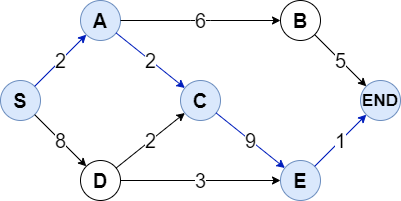
Before: img/grafoResult.png, a diagram exported from draw.io (pietro2356/Dijkstra-Algorithm). Source tidied: cells renumbered, new cells last; positions are measured from the earlier drawing's top-left corner, leaving out a move shared by most shapes.
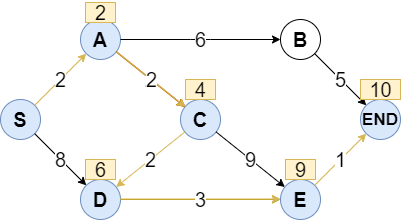
The same diagram one commit later.

Diff of the diagram source:
```diff
@@ -8,7 +8,7 @@
     <mxCell id="3" value="&lt;font style=&quot;font-size: 20px&quot;&gt;A&lt;/font&gt;" style="ellipse;whiteSpace=wrap;html=1;fontStyle=1;fillColor=#dae8fc;strokeColor=#6c8ebf;" parent="1" vertex="1">
       <mxGeometry x="80" width="40" height="40" as="geometry" />
     </mxCell>
-    <mxCell id="4" value="&lt;font style=&quot;font-size: 20px&quot;&gt;D&lt;/font&gt;" style="ellipse;whiteSpace=wrap;html=1;fontStyle=1;" parent="1" vertex="1">
+    <mxCell id="4" value="&lt;font style=&quot;font-size: 20px&quot;&gt;D&lt;/font&gt;" style="ellipse;whiteSpace=wrap;html=1;fontStyle=1;fillColor=#dae8fc;strokeColor=#6c8ebf;" parent="1" vertex="1">
       <mxGeometry x="80" y="160" width="40" height="40" as="geometry" />
     </mxCell>
     <mxCell id="5" value="&lt;font style=&quot;font-size: 20px&quot;&gt;C&lt;/font&gt;" style="ellipse;whiteSpace=wrap;html=1;fontStyle=1;fillColor=#dae8fc;strokeColor=#6c8ebf;" parent="1" vertex="1">
@@ -23,19 +23,19 @@
     <mxCell id="8" value="&lt;font style=&quot;font-size: 17px&quot;&gt;END&lt;/font&gt;" style="ellipse;whiteSpace=wrap;html=1;fontStyle=1;fillColor=#dae8fc;strokeColor=#6c8ebf;" parent="1" vertex="1">
       <mxGeometry x="360" y="80" width="40" height="40" as="geometry" />
     </mxCell>
-    <mxCell id="9" value="&lt;font style=&quot;font-size: 20px&quot;&gt;2&lt;/font&gt;" style="endArrow=classic;html=1;fillColor=#0050ef;strokeColor=#001DBC;" parent="1" edge="1" source="2" target="3">
+    <mxCell id="9" value="&lt;font style=&quot;font-size: 20px&quot;&gt;2&lt;/font&gt;" style="endArrow=classic;html=1;fillColor=#fff2cc;strokeColor=#d6b656;" parent="1" edge="1" source="2" target="3">
       <mxGeometry relative="1" as="geometry" />
     </mxCell>
-    <mxCell id="10" value="&lt;font style=&quot;font-size: 20px&quot;&gt;2&lt;/font&gt;" style="endArrow=classic;html=1;fillColor=#0050ef;strokeColor=#001DBC;" parent="1" edge="1" source="3" target="5">
+    <mxCell id="10" value="&lt;font style=&quot;font-size: 20px&quot;&gt;2&lt;/font&gt;" style="endArrow=classic;html=1;fillColor=#e3c800;strokeColor=#B09500;" parent="1" edge="1" source="3" target="5">
       <mxGeometry relative="1" as="geometry" />
     </mxCell>
     <mxCell id="11" value="&lt;font style=&quot;font-size: 20px&quot;&gt;8&lt;/font&gt;" style="endArrow=classic;html=1;" parent="1" edge="1" source="2" target="4">
       <mxGeometry relative="1" as="geometry" />
     </mxCell>
-    <mxCell id="12" value="&lt;font style=&quot;font-size: 20px&quot;&gt;3&lt;/font&gt;" style="endArrow=classic;html=1;" parent="1" edge="1" source="4" target="7">
+    <mxCell id="12" value="&lt;font style=&quot;font-size: 20px&quot;&gt;3&lt;/font&gt;" style="endArrow=classic;html=1;fillColor=#e3c800;strokeColor=#B09500;" parent="1" edge="1" source="4" target="7">
       <mxGeometry relative="1" as="geometry" />
     </mxCell>
-    <mxCell id="13" value="&lt;font style=&quot;font-size: 20px&quot;&gt;2&lt;/font&gt;" style="endArrow=classic;html=1;" parent="1" edge="1" source="4" target="5">
+    <mxCell id="13" value="&lt;font style=&quot;font-size: 20px&quot;&gt;2&lt;/font&gt;" style="endArrow=classic;html=1;fillColor=#fff2cc;strokeColor=#d6b656;" parent="1" edge="1" source="5" target="4">
       <mxGeometry relative="1" as="geometry" />
     </mxCell>
     <mxCell id="14" value="&lt;span style=&quot;font-size: 20px&quot;&gt;6&lt;br&gt;&lt;/span&gt;" style="endArrow=classic;html=1;" parent="1" edge="1" source="3" target="6">
@@ -45,14 +45,56 @@
         </Array>
       </mxGeometry>
     </mxCell>
-    <mxCell id="15" value="&lt;font style=&quot;font-size: 20px&quot;&gt;9&lt;/font&gt;" style="endArrow=classic;html=1;fillColor=#0050ef;strokeColor=#001DBC;" parent="1" edge="1" source="5" target="7">
+    <mxCell id="15" value="&lt;font style=&quot;font-size: 20px&quot;&gt;9&lt;/font&gt;" style="endArrow=classic;html=1;" parent="1" edge="1" source="5" target="7">
       <mxGeometry relative="1" as="geometry" />
     </mxCell>
-    <mxCell id="16" value="&lt;font style=&quot;font-size: 20px&quot;&gt;1&lt;/font&gt;" style="endArrow=classic;html=1;exitX=1;exitY=0;exitDx=0;exitDy=0;fillColor=#0050ef;strokeColor=#001DBC;" parent="1" edge="1" source="7" target="8">
+    <mxCell id="16" value="&lt;font style=&quot;font-size: 20px&quot;&gt;1&lt;/font&gt;" style="endArrow=classic;html=1;exitX=1;exitY=0;exitDx=0;exitDy=0;fillColor=#fff2cc;strokeColor=#d6b656;" parent="1" edge="1" source="7" target="8">
       <mxGeometry relative="1" as="geometry" />
     </mxCell>
     <mxCell id="17" value="&lt;font style=&quot;font-size: 20px&quot;&gt;5&lt;/font&gt;" style="endArrow=classic;html=1;" parent="1" edge="1" source="6" target="8">
       <mxGeometry relative="1" as="geometry" />
     </mxCell>
+    <mxCell id="18" value="&lt;font style=&quot;font-size: 20px&quot;&gt;2&lt;/font&gt;" style="text;html=1;align=center;verticalAlign=middle;fontStyle=0;fillColor=#fff2cc;strokeColor=#d6b656;" parent="1" vertex="1">
+      <mxGeometry x="85" y="-17" width="30" height="20" as="geometry" />
+    </mxCell>
+    <mxCell id="19" value="&lt;font style=&quot;font-size: 20px&quot;&gt;4&lt;/font&gt;" style="text;html=1;align=center;verticalAlign=middle;" parent="1" vertex="1">
+      <mxGeometry x="185" y="60" width="30" height="20" as="geometry" />
+    </mxCell>
+    <mxCell id="20" value="&lt;font style=&quot;font-size: 20px&quot;&gt;6&lt;/font&gt;" style="text;html=1;align=center;verticalAlign=middle;fontStyle=0;fillColor=#fff2cc;strokeColor=#d6b656;" parent="1" vertex="1">
+      <mxGeometry x="85" y="140" width="30" height="20" as="geometry" />
+    </mxCell>
+    <mxCell id="21" value="&lt;font style=&quot;font-size: 20px&quot;&gt;9&lt;/font&gt;" style="text;html=1;align=center;verticalAlign=middle;" parent="1" vertex="1">
+      <mxGeometry x="285" y="140" width="30" height="20" as="geometry" />
+    </mxCell>
+    <mxCell id="22" value="&lt;font style=&quot;font-size: 20px&quot;&gt;10&lt;/font&gt;" style="text;html=1;align=center;verticalAlign=middle;" parent="1" vertex="1">
+      <mxGeometry x="360" y="60" width="40" height="20" as="geometry" />
+    </mxCell>
+    <mxCell id="23" value="&lt;font style=&quot;font-size: 20px&quot;&gt;10&lt;/font&gt;" style="text;html=1;align=center;verticalAlign=middle;fontStyle=0;fillColor=#fff2cc;strokeColor=#d6b656;" parent="1" vertex="1">
+      <mxGeometry x="360" y="60" width="40" height="20" as="geometry" />
+    </mxCell>
+    <mxCell id="24" value="&lt;font style=&quot;font-size: 20px&quot;&gt;9&lt;/font&gt;" style="text;html=1;align=center;verticalAlign=middle;fontStyle=0;fillColor=#fff2cc;strokeColor=#d6b656;" parent="1" vertex="1">
+      <mxGeometry x="285" y="140" width="30" height="20" as="geometry" />
+    </mxCell>
+    <mxCell id="25" value="&lt;font style=&quot;font-size: 20px&quot;&gt;4&lt;/font&gt;" style="text;html=1;align=center;verticalAlign=middle;fontStyle=0;fillColor=#fff2cc;strokeColor=#d6b656;" parent="1" vertex="1">
+      <mxGeometry x="185" y="60" width="30" height="20" as="geometry" />
+    </mxCell>
+    <mxCell id="26" value="&lt;font style=&quot;font-size: 20px&quot;&gt;3&lt;/font&gt;" style="endArrow=classic;html=1;fillColor=#fff2cc;strokeColor=#d6b656;" parent="1" edge="1">
+      <mxGeometry relative="1" as="geometry">
+        <mxPoint x="120" y="179.5" as="sourcePoint" />
+        <mxPoint x="280" y="179.5" as="targetPoint" />
+      </mxGeometry>
+    </mxCell>
+    <mxCell id="27" value="&lt;font style=&quot;font-size: 20px&quot;&gt;2&lt;/font&gt;" style="endArrow=classic;html=1;fillColor=#fa6800;strokeColor=#C73500;" parent="1" edge="1">
+      <mxGeometry relative="1" as="geometry">
+        <mxPoint x="116.3" y="32.5" as="sourcePoint" />
+        <mxPoint x="185" y="87.5" as="targetPoint" />
+      </mxGeometry>
+    </mxCell>
+    <mxCell id="28" value="&lt;font style=&quot;font-size: 20px&quot;&gt;2&lt;/font&gt;" style="endArrow=classic;html=1;fillColor=#fff2cc;strokeColor=#d6b656;" parent="1" edge="1">
+      <mxGeometry relative="1" as="geometry">
+        <mxPoint x="116.3" y="32.5" as="sourcePoint" />
+        <mxPoint x="185" y="87.5" as="targetPoint" />
+      </mxGeometry>
+    </mxCell>
   </root>
 </mxGraphModel>
```
